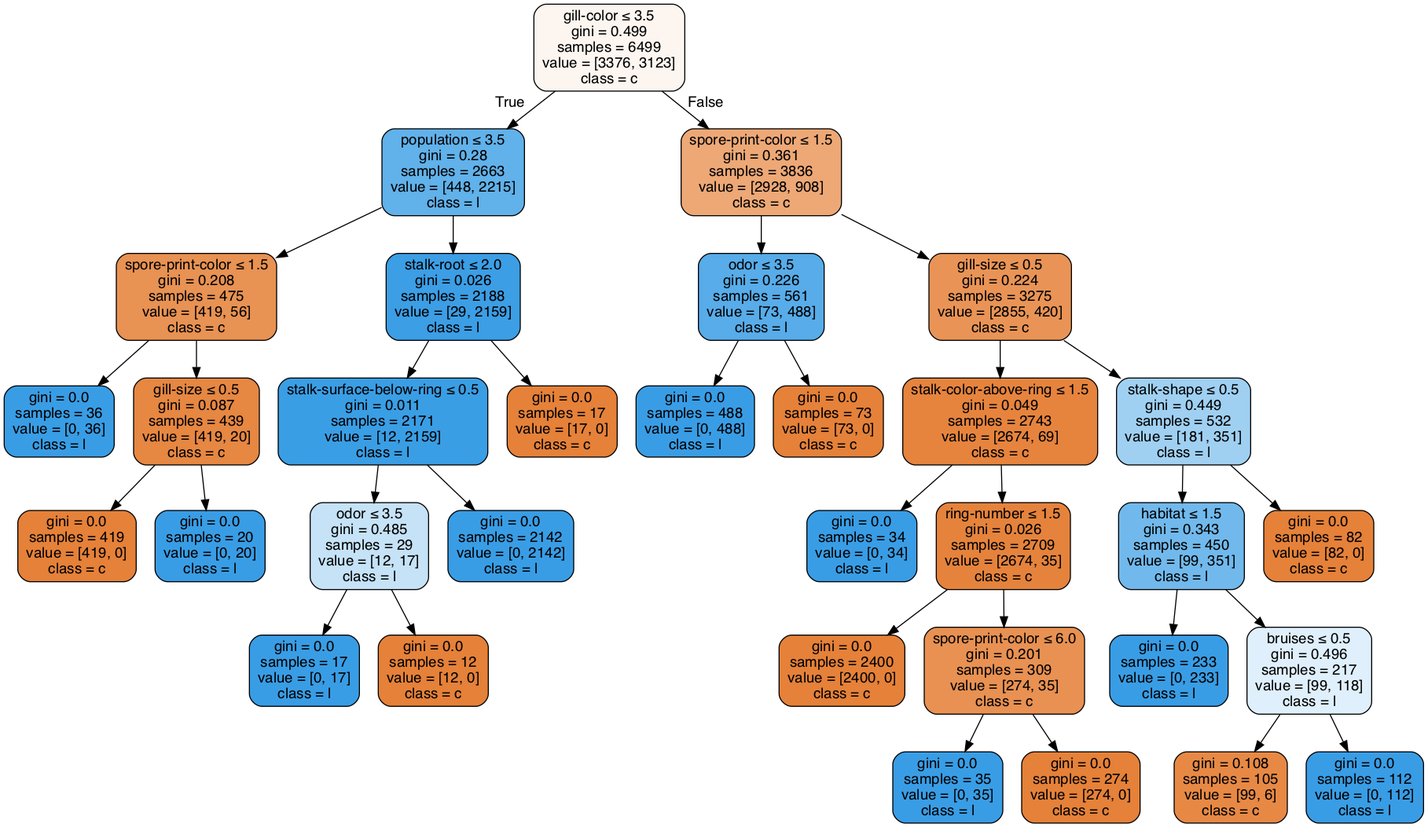
anhle199/Intro2AI-HCMUS keeps this Graphviz diagram as Lab02/clf-max-depth-6.gv.png. Above is the earlier version. Its source is kept beside it as Lab02/clf-max-depth-6.gv.
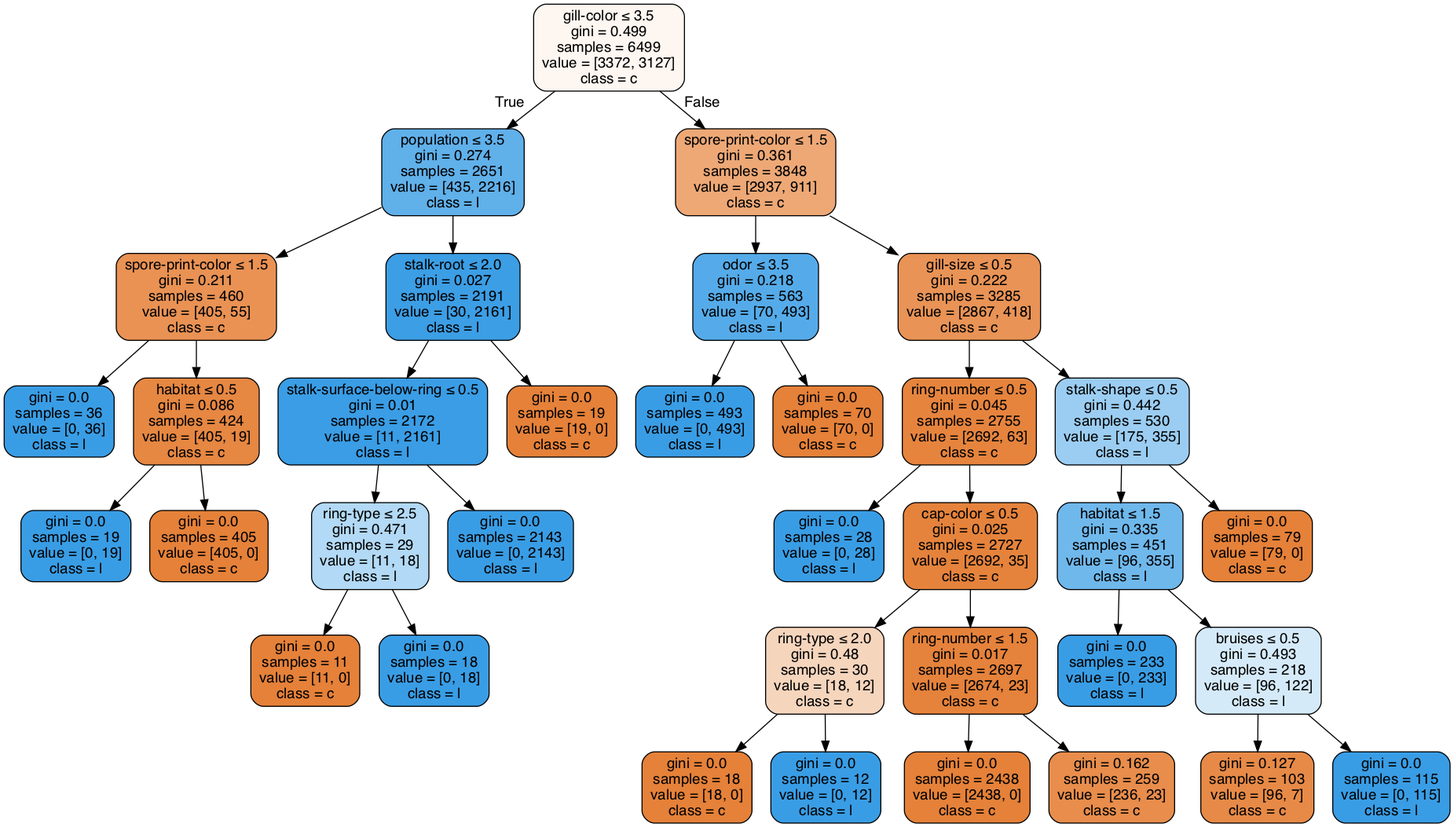
The same diagram one commit later.

Change to the diagram source:
```diff
@@ -1,69 +1,73 @@
 digraph Tree {
 node [shape=box, style="filled, rounded", color="black", fontname=helvetica] ;
 edge [fontname=helvetica] ;
-0 [label=<gill-color &le; 3.5<br/>gini = 0.499<br/>samples = 6499<br/>value = [3376, 3123]<br/>class = c>, fillcolor="#fdf6f0"] ;
-1 [label=<population &le; 3.5<br/>gini = 0.28<br/>samples = 2663<br/>value = [448, 2215]<br/>class = l>, fillcolor="#61b1ea"] ;
+0 [label=<gill-color &le; 3.5<br/>gini = 0.499<br/>samples = 6499<br/>value = [3372, 3127]<br/>class = c>, fillcolor="#fdf6f1"] ;
+1 [label=<population &le; 3.5<br/>gini = 0.274<br/>samples = 2651<br/>value = [435, 2216]<br/>class = l>, fillcolor="#60b0ea"] ;
 0 -> 1 [labeldistance=2.5, labelangle=45, headlabel="True"] ;
-2 [label=<spore-print-color &le; 1.5<br/>gini = 0.208<br/>samples = 475<br/>value = [419, 56]<br/>class = c>, fillcolor="#e89253"] ;
+2 [label=<spore-print-color &le; 1.5<br/>gini = 0.211<br/>samples = 460<br/>value = [405, 55]<br/>class = c>, fillcolor="#e99254"] ;
 1 -> 2 ;
 3 [label=<gini = 0.0<br/>samples = 36<br/>value = [0, 36]<br/>class = l>, fillcolor="#399de5"] ;
 2 -> 3 ;
-4 [label=<gill-size &le; 0.5<br/>gini = 0.087<br/>samples = 439<br/>value = [419, 20]<br/>class = c>, fillcolor="#e68742"] ;
+4 [label=<habitat &le; 0.5<br/>gini = 0.086<br/>samples = 424<br/>value = [405, 19]<br/>class = c>, fillcolor="#e68742"] ;
 2 -> 4 ;
-5 [label=<gini = 0.0<br/>samples = 419<br/>value = [419, 0]<br/>class = c>, fillcolor="#e58139"] ;
+5 [label=<gini = 0.0<br/>samples = 19<br/>value = [0, 19]<br/>class = l>, fillcolor="#399de5"] ;
 4 -> 5 ;
-6 [label=<gini = 0.0<br/>samples = 20<br/>value = [0, 20]<br/>class = l>, fillcolor="#399de5"] ;
+6 [label=<gini = 0.0<br/>samples = 405<br/>value = [405, 0]<br/>class = c>, fillcolor="#e58139"] ;
 4 -> 6 ;
-7 [label=<stalk-root &le; 2.0<br/>gini = 0.026<br/>samples = 2188<br/>value = [29, 2159]<br/>class = l>, fillcolor="#3c9ee5"] ;
+7 [label=<stalk-root &le; 2.0<br/>gini = 0.027<br/>samples = 2191<br/>value = [30, 2161]<br/>class = l>, fillcolor="#3c9ee5"] ;
 1 -> 7 ;
-8 [label=<stalk-surface-below-ring &le; 0.5<br/>gini = 0.011<br/>samples = 2171<br/>value = [12, 2159]<br/>class = l>, fillcolor="#3a9ee5"] ;
+8 [label=<stalk-surface-below-ring &le; 0.5<br/>gini = 0.01<br/>samples = 2172<br/>value = [11, 2161]<br/>class = l>, fillcolor="#3a9de5"] ;
 7 -> 8 ;
-9 [label=<odor &le; 3.5<br/>gini = 0.485<br/>samples = 29<br/>value = [12, 17]<br/>class = l>, fillcolor="#c5e2f7"] ;
+9 [label=<ring-type &le; 2.5<br/>gini = 0.471<br/>samples = 29<br/>value = [11, 18]<br/>class = l>, fillcolor="#b2d9f5"] ;
 8 -> 9 ;
-10 [label=<gini = 0.0<br/>samples = 17<br/>value = [0, 17]<br/>class = l>, fillcolor="#399de5"] ;
+10 [label=<gini = 0.0<br/>samples = 11<br/>value = [11, 0]<br/>class = c>, fillcolor="#e58139"] ;
 9 -> 10 ;
-11 [label=<gini = 0.0<br/>samples = 12<br/>value = [12, 0]<br/>class = c>, fillcolor="#e58139"] ;
+11 [label=<gini = 0.0<br/>samples = 18<br/>value = [0, 18]<br/>class = l>, fillcolor="#399de5"] ;
 9 -> 11 ;
-12 [label=<gini = 0.0<br/>samples = 2142<br/>value = [0, 2142]<br/>class = l>, fillcolor="#399de5"] ;
+12 [label=<gini = 0.0<br/>samples = 2143<br/>value = [0, 2143]<br/>class = l>, fillcolor="#399de5"] ;
 8 -> 12 ;
-13 [label=<gini = 0.0<br/>samples = 17<br/>value = [17, 0]<br/>class = c>, fillcolor="#e58139"] ;
+13 [label=<gini = 0.0<br/>samples = 19<br/>value = [19, 0]<br/>class = c>, fillcolor="#e58139"] ;
 7 -> 13 ;
-14 [label=<spore-print-color &le; 1.5<br/>gini = 0.361<br/>samples = 3836<br/>value = [2928, 908]<br/>class = c>, fillcolor="#eda876"] ;
+14 [label=<spore-print-color &le; 1.5<br/>gini = 0.361<br/>samples = 3848<br/>value = [2937, 911]<br/>class = c>, fillcolor="#eda876"] ;
 0 -> 14 [labeldistance=2.5, labelangle=-45, headlabel="False"] ;
-15 [label=<odor &le; 3.5<br/>gini = 0.226<br/>samples = 561<br/>value = [73, 488]<br/>class = l>, fillcolor="#57ace9"] ;
+15 [label=<odor &le; 3.5<br/>gini = 0.218<br/>samples = 563<br/>value = [70, 493]<br/>class = l>, fillcolor="#55abe9"] ;
 14 -> 15 ;
-16 [label=<gini = 0.0<br/>samples = 488<br/>value = [0, 488]<br/>class = l>, fillcolor="#399de5"] ;
+16 [label=<gini = 0.0<br/>samples = 493<br/>value = [0, 493]<br/>class = l>, fillcolor="#399de5"] ;
 15 -> 16 ;
-17 [label=<gini = 0.0<br/>samples = 73<br/>value = [73, 0]<br/>class = c>, fillcolor="#e58139"] ;
+17 [label=<gini = 0.0<br/>samples = 70<br/>value = [70, 0]<br/>class = c>, fillcolor="#e58139"] ;
 15 -> 17 ;
-18 [label=<gill-size &le; 0.5<br/>gini = 0.224<br/>samples = 3275<br/>value = [2855, 420]<br/>class = c>, fillcolor="#e99456"] ;
+18 [label=<gill-size &le; 0.5<br/>gini = 0.222<br/>samples = 3285<br/>value = [2867, 418]<br/>class = c>, fillcolor="#e99356"] ;
 14 -> 18 ;
-19 [label=<stalk-color-above-ring &le; 1.5<br/>gini = 0.049<br/>samples = 2743<br/>value = [2674, 69]<br/>class = c>, fillcolor="#e6843e"] ;
+19 [label=<ring-number &le; 0.5<br/>gini = 0.045<br/>samples = 2755<br/>value = [2692, 63]<br/>class = c>, fillcolor="#e6843e"] ;
 18 -> 19 ;
-20 [label=<gini = 0.0<br/>samples = 34<br/>value = [0, 34]<br/>class = l>, fillcolor="#399de5"] ;
+20 [label=<gini = 0.0<br/>samples = 28<br/>value = [0, 28]<br/>class = l>, fillcolor="#399de5"] ;
 19 -> 20 ;
-21 [label=<ring-number &le; 1.5<br/>gini = 0.026<br/>samples = 2709<br/>value = [2674, 35]<br/>class = c>, fillcolor="#e5833c"] ;
+21 [label=<cap-color &le; 0.5<br/>gini = 0.025<br/>samples = 2727<br/>value = [2692, 35]<br/>class = c>, fillcolor="#e5833c"] ;
 19 -> 21 ;
-22 [label=<gini = 0.0<br/>samples = 2400<br/>value = [2400, 0]<br/>class = c>, fillcolor="#e58139"] ;
+22 [label=<ring-type &le; 2.0<br/>gini = 0.48<br/>samples = 30<br/>value = [18, 12]<br/>class = c>, fillcolor="#f6d5bd"] ;
 21 -> 22 ;
-23 [label=<spore-print-color &le; 6.0<br/>gini = 0.201<br/>samples = 309<br/>value = [274, 35]<br/>class = c>, fillcolor="#e89152"] ;
-21 -> 23 ;
-24 [label=<gini = 0.0<br/>samples = 35<br/>value = [0, 35]<br/>class = l>, fillcolor="#399de5"] ;
-23 -> 24 ;
-25 [label=<gini = 0.0<br/>samples = 274<br/>value = [274, 0]<br/>class = c>, fillcolor="#e58139"] ;
-23 -> 25 ;
-26 [label=<stalk-shape &le; 0.5<br/>gini = 0.449<br/>samples = 532<br/>value = [181, 351]<br/>class = l>, fillcolor="#9fd0f2"] ;
-18 -> 26 ;
-27 [label=<habitat &le; 1.5<br/>gini = 0.343<br/>samples = 450<br/>value = [99, 351]<br/>class = l>, fillcolor="#71b9ec"] ;
-26 -> 27 ;
-28 [label=<gini = 0.0<br/>samples = 233<br/>value = [0, 233]<br/>class = l>, fillcolor="#399de5"] ;
-27 -> 28 ;
-29 [label=<bruises &le; 0.5<br/>gini = 0.496<br/>samples = 217<br/>value = [99, 118]<br/>class = l>, fillcolor="#dfeffb"] ;
-27 -> 29 ;
-30 [label=<gini = 0.108<br/>samples = 105<br/>value = [99, 6]<br/>class = c>, fillcolor="#e78945"] ;
+23 [label=<gini = 0.0<br/>samples = 18<br/>value = [18, 0]<br/>class = c>, fillcolor="#e58139"] ;
+22 -> 23 ;
+24 [label=<gini = 0.0<br/>samples = 12<br/>value = [0, 12]<br/>class = l>, fillcolor="#399de5"] ;
+22 -> 24 ;
+25 [label=<ring-number &le; 1.5<br/>gini = 0.017<br/>samples = 2697<br/>value = [2674, 23]<br/>class = c>, fillcolor="#e5823b"] ;
+21 -> 25 ;
+26 [label=<gini = 0.0<br/>samples = 2438<br/>value = [2438, 0]<br/>class = c>, fillcolor="#e58139"] ;
+25 -> 26 ;
+27 [label=<gini = 0.162<br/>samples = 259<br/>value = [236, 23]<br/>class = c>, fillcolor="#e88d4c"] ;
+25 -> 27 ;
+28 [label=<stalk-shape &le; 0.5<br/>gini = 0.442<br/>samples = 530<br/>value = [175, 355]<br/>class = l>, fillcolor="#9bcdf2"] ;
+18 -> 28 ;
+29 [label=<habitat &le; 1.5<br/>gini = 0.335<br/>samples = 451<br/>value = [96, 355]<br/>class = l>, fillcolor="#6fb8ec"] ;
+28 -> 29 ;
+30 [label=<gini = 0.0<br/>samples = 233<br/>value = [0, 233]<br/>class = l>, fillcolor="#399de5"] ;
 29 -> 30 ;
-31 [label=<gini = 0.0<br/>samples = 112<br/>value = [0, 112]<br/>class = l>, fillcolor="#399de5"] ;
+31 [label=<bruises &le; 0.5<br/>gini = 0.493<br/>samples = 218<br/>value = [96, 122]<br/>class = l>, fillcolor="#d5eaf9"] ;
 29 -> 31 ;
-32 [label=<gini = 0.0<br/>samples = 82<br/>value = [82, 0]<br/>class = c>, fillcolor="#e58139"] ;
-26 -> 32 ;
+32 [label=<gini = 0.127<br/>samples = 103<br/>value = [96, 7]<br/>class = c>, fillcolor="#e78a47"] ;
+31 -> 32 ;
+33 [label=<gini = 0.0<br/>samples = 115<br/>value = [0, 115]<br/>class = l>, fillcolor="#399de5"] ;
+31 -> 33 ;
+34 [label=<gini = 0.0<br/>samples = 79<br/>value = [79, 0]<br/>class = c>, fillcolor="#e58139"] ;
+28 -> 34 ;
 }
```
